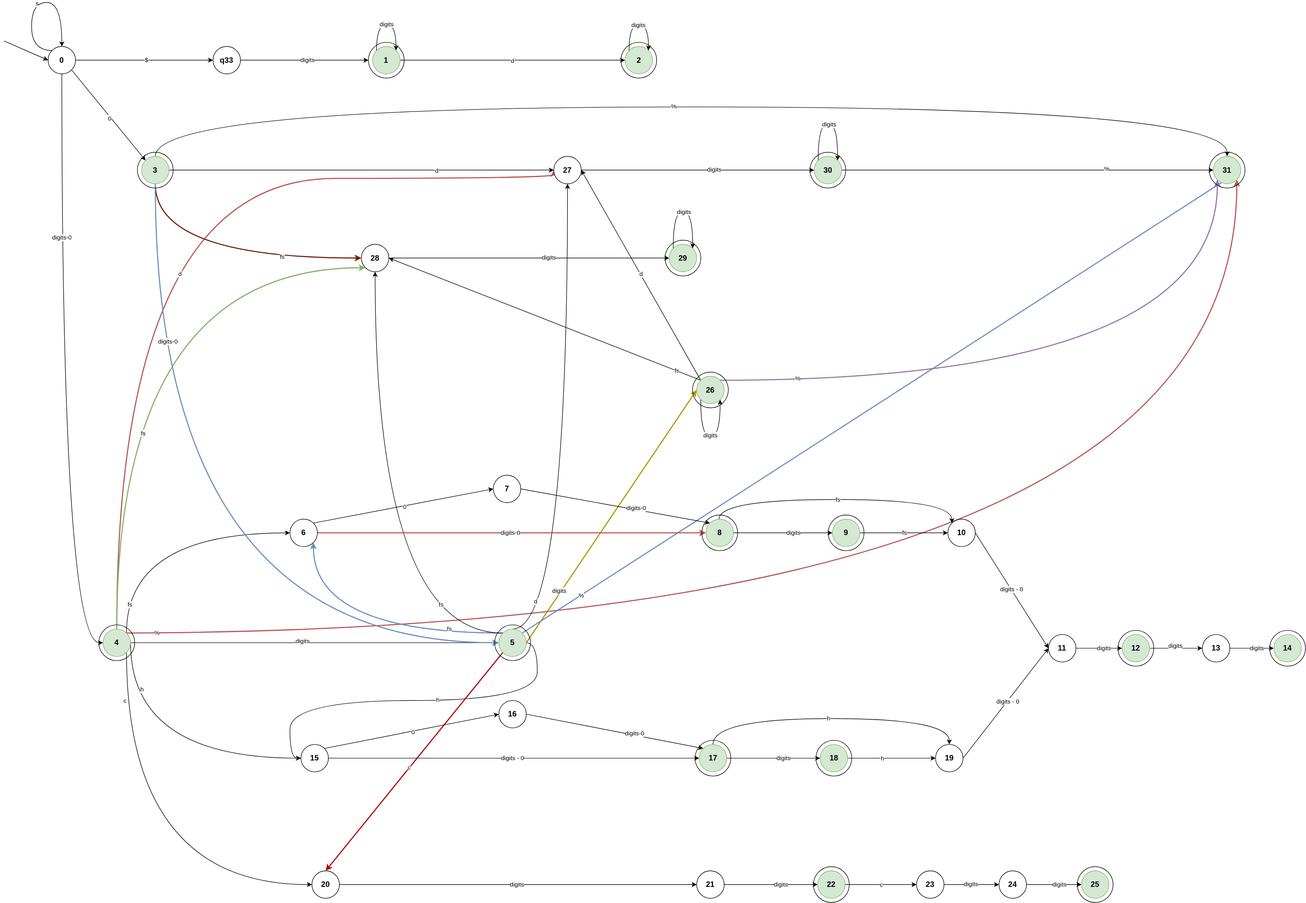
This is nfa.svg from ryyanrashid01/number-extractor-dfa, a draw.io export, as it was before one commit. Source tidied: cells renumbered, new cells last; positions are measured from the earlier drawing's top-left corner, leaving out a move shared by most shapes.
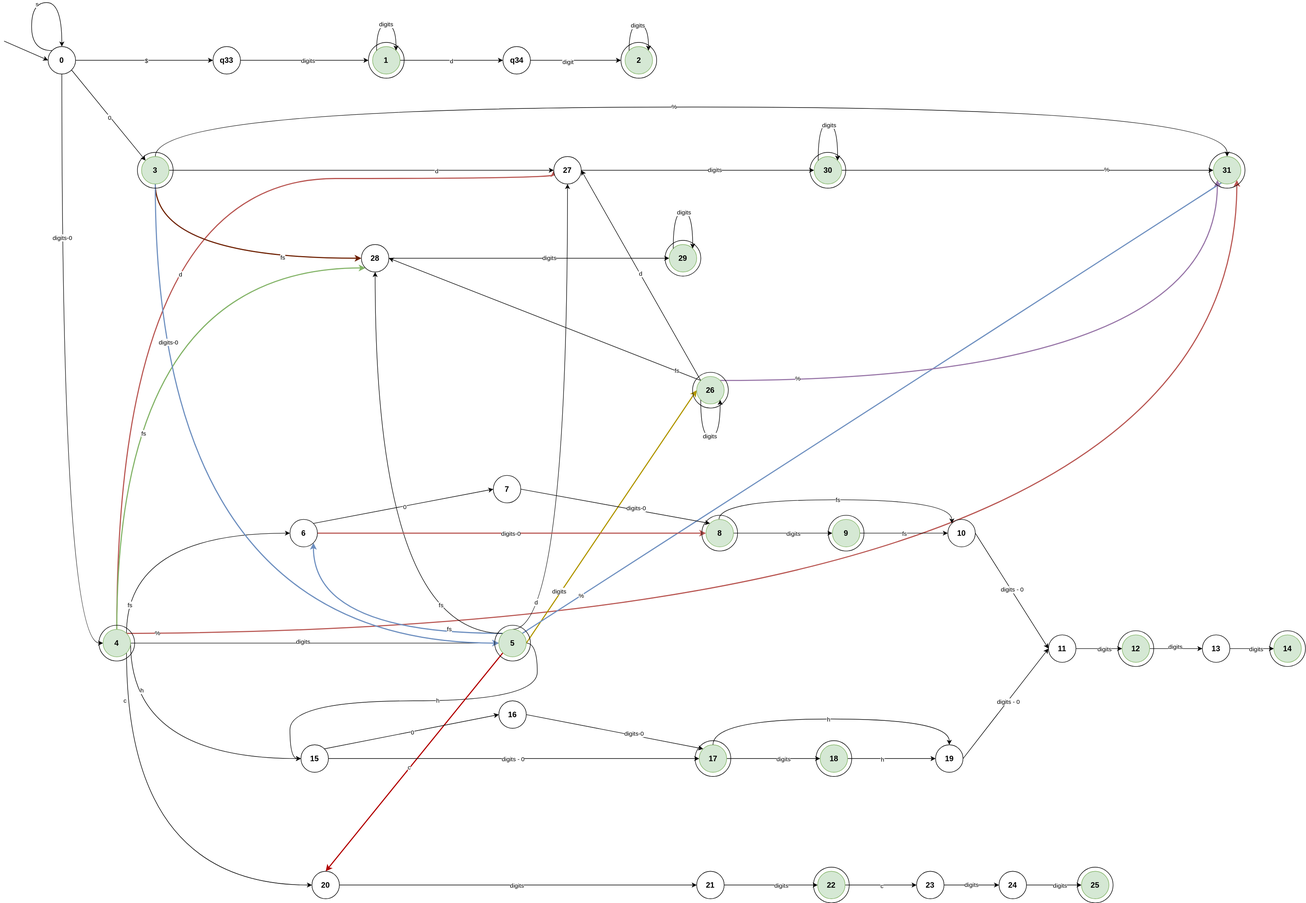
The same diagram one commit later.

Commit message:
Fix decimal bug for $ prices

Change to the diagram source:
```diff
@@ -25,7 +25,7 @@
     <mxCell id="8" value="0" style="ellipse;whiteSpace=wrap;html=1;fontStyle=1;fontSize=14;" parent="1" vertex="1">
       <mxGeometry x="80" y="80" width="50" height="50" as="geometry" />
     </mxCell>
-    <mxCell id="9" style="edgeStyle=orthogonalEdgeStyle;rounded=0;jettySize=auto;html=1;exitX=1;exitY=0.5;exitDx=0;exitDy=0;entryX=0;entryY=0.5;entryDx=0;entryDy=0;" parent="1" edge="1" source="11" target="14">
+    <mxCell id="9" style="edgeStyle=orthogonalEdgeStyle;rounded=0;jettySize=auto;html=1;exitX=1;exitY=0.5;exitDx=0;exitDy=0;entryX=0;entryY=0.5;entryDx=0;entryDy=0;" parent="1" edge="1" source="11" target="168">
       <mxGeometry relative="1" as="geometry" />
     </mxCell>
     <mxCell id="10" value="d" style="edgeLabel;html=1;align=center;verticalAlign=middle;" parent="9" vertex="1">
@@ -587,5 +587,16 @@
     <mxCell id="165" value="q33" style="ellipse;whiteSpace=wrap;html=1;fontStyle=1;fontSize=14;" parent="1" vertex="1">
       <mxGeometry x="380" y="80" width="50" height="50" as="geometry" />
     </mxCell>
+    <mxCell id="166" style="edgeStyle=orthogonalEdgeStyle;rounded=0;jettySize=auto;html=1;exitX=1;exitY=0.5;exitDx=0;exitDy=0;entryX=0;entryY=0.5;entryDx=0;entryDy=0;" parent="1" edge="1" source="168" target="152">
+      <mxGeometry relative="1" as="geometry" />
+    </mxCell>
+    <mxCell id="167" value="digit" style="edgeLabel;html=1;align=center;verticalAlign=middle;" parent="166" vertex="1">
+      <mxGeometry x="-0.18" y="-2" relative="1" as="geometry">
+        <mxPoint x="1" as="offset" />
+      </mxGeometry>
+    </mxCell>
+    <mxCell id="168" value="q34" style="ellipse;whiteSpace=wrap;html=1;fontStyle=1;fontSize=14;" parent="1" vertex="1">
+      <mxGeometry x="907.5" y="80" width="50" height="50" as="geometry" />
+    </mxCell>
   </root>
 </mxGraphModel>
```
